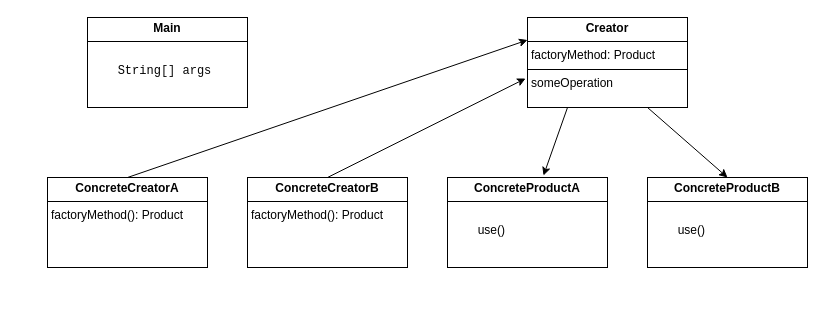
Kotan-java/MyDesignPatterns keeps this draw.io diagram as out/production/MyDesignPatterns/com/example/factory/Factory.drawio. Above is the earlier version. Source tidied: cells renumbered, new cells numbered last; positions are measured from the earlier drawing's top-left corner, leaving out a move shared by most shapes. Both pictures are drawn from the tidied source at 100%, with x=0, y=0 at pixel (47, 17).
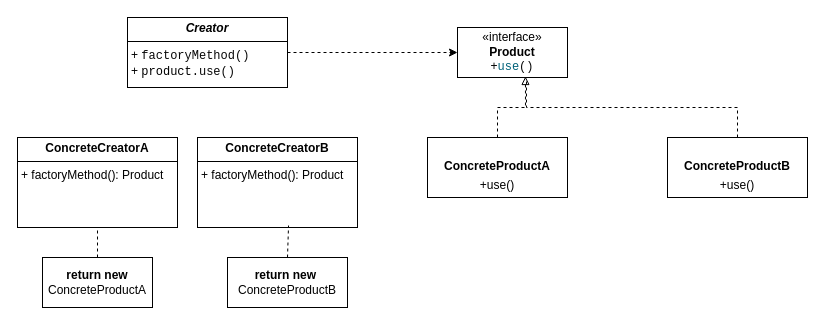
Above is the later version.

The edit, as a diff of the source:
```diff
@@
 <mxGraphModel>
   <root>
-    <mxCell id="0" />
-    <mxCell id="1" parent="0" />
-    <mxCell id="2" value="&lt;p style=&quot;margin:0px;margin-top:4px;text-align:center;&quot;&gt;&lt;b&gt;Main&lt;/b&gt;&lt;/p&gt;&lt;hr size=&quot;1&quot; style=&quot;border-style:solid;&quot;&gt;&lt;p style=&quot;margin:0px;margin-left:4px;&quot;&gt;&lt;br&gt;&lt;/p&gt;&lt;p style=&quot;margin:0px;margin-left:4px;&quot;&gt;&lt;span style=&quot;white-space: pre;&quot;&gt;&#9;&lt;/span&gt;&lt;span style=&quot;background-color: rgb(255, 255, 255); font-family: &amp;quot;JetBrains Mono&amp;quot;, monospace;&quot;&gt;String&lt;/span&gt;&lt;span style=&quot;background-color: rgb(255, 255, 255); color: rgb(8, 8, 8); font-family: &amp;quot;JetBrains Mono&amp;quot;, monospace;&quot;&gt;[] args&lt;/span&gt;&lt;/p&gt;" style="verticalAlign=top;align=left;overflow=fill;html=1;whiteSpace=wrap;" parent="1" vertex="1">
-      <mxGeometry x="40" width="160" height="90" as="geometry" />
-    </mxCell>
-    <mxCell id="3" style="edgeStyle=none;rounded=0;jettySize=auto;html=1;exitX=0.5;exitY=0;exitDx=0;exitDy=0;entryX=0;entryY=0.25;entryDx=0;entryDy=0;" parent="1" edge="1" source="4" target="9">
-      <mxGeometry relative="1" as="geometry" />
-    </mxCell>
-    <mxCell id="4" value="&lt;p style=&quot;margin:0px;margin-top:4px;text-align:center;&quot;&gt;&lt;b&gt;ConcreteCreatorA&lt;/b&gt;&lt;/p&gt;&lt;hr size=&quot;1&quot; style=&quot;border-style:solid;&quot;&gt;&lt;p style=&quot;margin:0px;margin-left:4px;&quot;&gt;factoryMethod(): Product&lt;br&gt;&lt;/p&gt;" style="verticalAlign=top;align=left;overflow=fill;html=1;whiteSpace=wrap;" parent="1" vertex="1">
-      <mxGeometry y="160" width="160" height="90" as="geometry" />
-    </mxCell>
-    <mxCell id="5" value="&lt;p style=&quot;margin:0px;margin-top:4px;text-align:center;&quot;&gt;&lt;b&gt;ConcreteCreatorB&lt;/b&gt;&lt;/p&gt;&lt;hr size=&quot;1&quot; style=&quot;border-style:solid;&quot;&gt;&lt;p style=&quot;margin:0px;margin-left:4px;&quot;&gt;factoryMethod(): Product&lt;br&gt;&lt;/p&gt;" style="verticalAlign=top;align=left;overflow=fill;html=1;whiteSpace=wrap;" parent="1" vertex="1">
-      <mxGeometry x="200" y="160" width="160" height="90" as="geometry" />
-    </mxCell>
-    <mxCell id="6" value="&lt;p style=&quot;margin:0px;margin-top:4px;text-align:center;&quot;&gt;&lt;b&gt;ConcreteProductA&lt;/b&gt;&lt;/p&gt;&lt;hr size=&quot;1&quot; style=&quot;border-style:solid;&quot;&gt;&lt;p style=&quot;margin:0px;margin-left:4px;&quot;&gt;&lt;span style=&quot;white-space: pre;&quot;&gt;&#9;&lt;/span&gt;&lt;br&gt;&lt;/p&gt;&lt;p style=&quot;margin:0px;margin-left:4px;&quot;&gt;&lt;span style=&quot;white-space: pre;&quot;&gt;&#9;&lt;/span&gt;use()&lt;br&gt;&lt;/p&gt;" style="verticalAlign=top;align=left;overflow=fill;html=1;whiteSpace=wrap;" parent="1" vertex="1">
-      <mxGeometry x="400" y="160" width="160" height="90" as="geometry" />
-    </mxCell>
-    <mxCell id="7" value="&lt;p style=&quot;margin:0px;margin-top:4px;text-align:center;&quot;&gt;&lt;b&gt;ConcreteProductB&lt;/b&gt;&lt;br&gt;&lt;/p&gt;&lt;hr size=&quot;1&quot; style=&quot;border-style:solid;&quot;&gt;&lt;p style=&quot;margin:0px;margin-left:4px;&quot;&gt;&lt;br&gt;&lt;/p&gt;&lt;p style=&quot;margin:0px;margin-left:4px;&quot;&gt;&lt;span style=&quot;background-color: initial; white-space: pre;&quot;&gt;&#9;&lt;/span&gt;&lt;span style=&quot;background-color: initial;&quot;&gt;use()&lt;/span&gt;&lt;br&gt;&lt;/p&gt;" style="verticalAlign=top;align=left;overflow=fill;html=1;whiteSpace=wrap;" parent="1" vertex="1">
-      <mxGeometry x="600" y="160" width="160" height="90" as="geometry" />
-    </mxCell>
-    <mxCell id="8" style="edgeStyle=none;rounded=0;jettySize=auto;html=1;exitX=0.75;exitY=1;exitDx=0;exitDy=0;entryX=0.5;entryY=0;entryDx=0;entryDy=0;" parent="1" edge="1" source="9" target="7">
-      <mxGeometry relative="1" as="geometry" />
-    </mxCell>
-    <mxCell id="9" value="&lt;p style=&quot;margin:0px;margin-top:4px;text-align:center;&quot;&gt;&lt;b&gt;Creator&lt;/b&gt;&lt;/p&gt;&lt;hr size=&quot;1&quot; style=&quot;border-style:solid;&quot;&gt;&lt;p style=&quot;margin:0px;margin-left:4px;&quot;&gt;factoryMethod: Product&lt;/p&gt;&lt;hr size=&quot;1&quot; style=&quot;border-style:solid;&quot;&gt;&lt;p style=&quot;margin:0px;margin-left:4px;&quot;&gt;someOperation&lt;/p&gt;" style="verticalAlign=top;align=left;overflow=fill;html=1;whiteSpace=wrap;" parent="1" vertex="1">
-      <mxGeometry x="480" width="160" height="90" as="geometry" />
-    </mxCell>
-    <mxCell id="10" style="edgeStyle=none;rounded=0;jettySize=auto;html=1;exitX=0.25;exitY=1;exitDx=0;exitDy=0;entryX=0.6;entryY=-0.022;entryDx=0;entryDy=0;entryPerimeter=0;" parent="1" edge="1" source="9" target="6">
-      <mxGeometry relative="1" as="geometry" />
-    </mxCell>
-    <mxCell id="11" style="edgeStyle=none;rounded=0;jettySize=auto;html=1;exitX=0.5;exitY=0;exitDx=0;exitDy=0;entryX=-0.012;entryY=0.678;entryDx=0;entryDy=0;entryPerimeter=0;" parent="1" edge="1" source="5" target="9">
-      <mxGeometry relative="1" as="geometry" />
-    </mxCell>
+    <mxCell id="12" />
+    <mxCell id="13" parent="12" />
+    <mxCell id="14" style="edgeStyle=none;rounded=0;jettySize=auto;html=1;exitX=1;exitY=0.5;exitDx=0;exitDy=0;entryX=0;entryY=0.5;entryDx=0;entryDy=0;dashed=1;" parent="13" edge="1" source="15" target="16">
+      <mxGeometry relative="1" as="geometry" />
+    </mxCell>
+    <mxCell id="15" value="&lt;p style=&quot;margin:0px;margin-top:4px;text-align:center;&quot;&gt;&lt;b&gt;&lt;i&gt;Creator&lt;/i&gt;&lt;/b&gt;&lt;/p&gt;&lt;hr size=&quot;1&quot; style=&quot;border-style:solid;&quot;&gt;&lt;p style=&quot;margin:0px;margin-left:4px;&quot;&gt;+&amp;nbsp;&lt;span style=&quot;font-family: &amp;quot;JetBrains Mono&amp;quot;, monospace; background-color: rgb(255, 255, 255); color: rgb(8, 8, 8);&quot;&gt;factoryMethod()&lt;/span&gt;&lt;/p&gt;&lt;p style=&quot;margin:0px;margin-left:4px;&quot;&gt;&lt;span style=&quot;background-color: initial;&quot;&gt;+&amp;nbsp;&lt;/span&gt;&lt;span style=&quot;font-family: &amp;quot;JetBrains Mono&amp;quot;, monospace; background-color: rgb(255, 255, 255);&quot;&gt;product&lt;/span&gt;&lt;span style=&quot;font-family: &amp;quot;JetBrains Mono&amp;quot;, monospace; background-color: rgb(255, 255, 255); color: rgb(8, 8, 8);&quot;&gt;.use()&lt;/span&gt;&lt;/p&gt;" style="verticalAlign=top;align=left;overflow=fill;html=1;whiteSpace=wrap;" parent="13" vertex="1">
+      <mxGeometry x="80" width="160" height="70" as="geometry" />
+    </mxCell>
+    <mxCell id="16" value="«interface»&lt;br&gt;&lt;b&gt;Product&lt;/b&gt;&lt;div&gt;+&lt;span style=&quot;font-family: &amp;quot;JetBrains Mono&amp;quot;, monospace; background-color: rgb(255, 255, 255); color: rgb(0, 98, 122);&quot;&gt;use&lt;/span&gt;&lt;span style=&quot;font-family: &amp;quot;JetBrains Mono&amp;quot;, monospace; background-color: rgb(255, 255, 255); color: rgb(8, 8, 8);&quot;&gt;()&lt;/span&gt;&lt;/div&gt;" style="html=1;whiteSpace=wrap;" parent="13" vertex="1">
+      <mxGeometry x="410" y="10" width="110" height="50" as="geometry" />
+    </mxCell>
+    <mxCell id="17" value="&lt;p style=&quot;margin:0px;margin-top:4px;text-align:center;&quot;&gt;&lt;br&gt;&lt;/p&gt;&lt;p style=&quot;margin:0px;margin-top:4px;text-align:center;&quot;&gt;&lt;b&gt;ConcreteProductA&lt;/b&gt;&lt;/p&gt;&lt;p style=&quot;margin:0px;margin-top:4px;text-align:center;&quot;&gt;+use()&lt;/p&gt;" style="verticalAlign=top;align=left;overflow=fill;html=1;whiteSpace=wrap;" parent="13" vertex="1">
+      <mxGeometry x="380" y="120" width="140" height="60" as="geometry" />
+    </mxCell>
+    <mxCell id="18" value="&lt;p style=&quot;margin:0px;margin-top:4px;text-align:center;&quot;&gt;&lt;br&gt;&lt;/p&gt;&lt;p style=&quot;margin:0px;margin-top:4px;text-align:center;&quot;&gt;&lt;b&gt;ConcreteProductB&lt;/b&gt;&lt;br&gt;&lt;/p&gt;&lt;p style=&quot;margin:0px;margin-top:4px;text-align:center;&quot;&gt;+use()&lt;b&gt;&lt;br&gt;&lt;/b&gt;&lt;/p&gt;" style="verticalAlign=top;align=left;overflow=fill;html=1;whiteSpace=wrap;" parent="13" vertex="1">
+      <mxGeometry x="620" y="120" width="140" height="60" as="geometry" />
+    </mxCell>
+    <mxCell id="19" style="edgeStyle=orthogonalEdgeStyle;rounded=0;jettySize=auto;html=1;exitX=0.5;exitY=0;exitDx=0;exitDy=0;entryX=0.627;entryY=1.06;entryDx=0;entryDy=0;entryPerimeter=0;dashed=1;endArrow=none;endFill=0;" parent="13" edge="1" source="18" target="16">
+      <mxGeometry relative="1" as="geometry" />
+    </mxCell>
+    <mxCell id="20" style="edgeStyle=elbowEdgeStyle;rounded=0;jettySize=auto;elbow=vertical;html=1;exitX=0.5;exitY=0;exitDx=0;exitDy=0;entryX=0.618;entryY=0.98;entryDx=0;entryDy=0;entryPerimeter=0;dashed=1;endArrow=block;endFill=0;" parent="13" edge="1" source="17" target="16">
+      <mxGeometry relative="1" as="geometry" />
+    </mxCell>
+    <mxCell id="21" value="&lt;p style=&quot;margin:0px;margin-top:4px;text-align:center;&quot;&gt;&lt;b&gt;ConcreteCreatorA&lt;/b&gt;&lt;/p&gt;&lt;hr size=&quot;1&quot; style=&quot;border-style:solid;&quot;&gt;&lt;p style=&quot;margin:0px;margin-left:4px;&quot;&gt;+ factoryMethod():&amp;nbsp;&lt;span style=&quot;background-color: initial;&quot;&gt;Product&lt;/span&gt;&lt;/p&gt;&lt;p style=&quot;margin:0px;margin-left:4px;&quot;&gt;&lt;br&gt;&lt;/p&gt;" style="verticalAlign=top;align=left;overflow=fill;html=1;whiteSpace=wrap;" parent="13" vertex="1">
+      <mxGeometry x="-30" y="120" width="160" height="90" as="geometry" />
+    </mxCell>
+    <mxCell id="22" value="&lt;p style=&quot;margin:0px;margin-top:4px;text-align:center;&quot;&gt;&lt;b&gt;ConcreteCreatorB&lt;/b&gt;&lt;br&gt;&lt;/p&gt;&lt;hr size=&quot;1&quot; style=&quot;border-style:solid;&quot;&gt;&lt;p style=&quot;margin:0px;margin-left:4px;&quot;&gt;+ factoryMethod():&amp;nbsp;&lt;span style=&quot;background-color: initial;&quot;&gt;Product&lt;/span&gt;&lt;br&gt;&lt;/p&gt;&lt;p style=&quot;margin:0px;margin-left:4px;&quot;&gt;&lt;br&gt;&lt;/p&gt;" style="verticalAlign=top;align=left;overflow=fill;html=1;whiteSpace=wrap;" parent="13" vertex="1">
+      <mxGeometry x="150" y="120" width="160" height="90" as="geometry" />
+    </mxCell>
+    <mxCell id="23" style="edgeStyle=elbowEdgeStyle;rounded=0;jettySize=auto;elbow=vertical;html=1;exitX=0.5;exitY=0;exitDx=0;exitDy=0;entryX=0.5;entryY=1;entryDx=0;entryDy=0;dashed=1;endArrow=none;endFill=0;" parent="13" edge="1" source="24" target="21">
+      <mxGeometry relative="1" as="geometry" />
+    </mxCell>
+    <mxCell id="24" value="&lt;b&gt;return new&lt;/b&gt; ConcreteProductA" style="html=1;whiteSpace=wrap;" parent="13" vertex="1">
+      <mxGeometry x="-5" y="240" width="110" height="50" as="geometry" />
+    </mxCell>
+    <mxCell id="25" value="&lt;b&gt;return new&lt;/b&gt;&amp;nbsp;&lt;div&gt;ConcreteProductB&lt;/div&gt;" style="html=1;whiteSpace=wrap;" parent="13" vertex="1">
+      <mxGeometry x="180" y="240" width="120" height="50" as="geometry" />
+    </mxCell>
+    <mxCell id="26" style="edgeStyle=none;rounded=0;jettySize=auto;html=1;exitX=0.5;exitY=0;exitDx=0;exitDy=0;entryX=0.569;entryY=0.978;entryDx=0;entryDy=0;entryPerimeter=0;elbow=vertical;dashed=1;endArrow=none;endFill=0;" parent="13" edge="1" source="25" target="22">
+      <mxGeometry relative="1" as="geometry" />
+    </mxCell>
   </root>
 </mxGraphModel>
```
